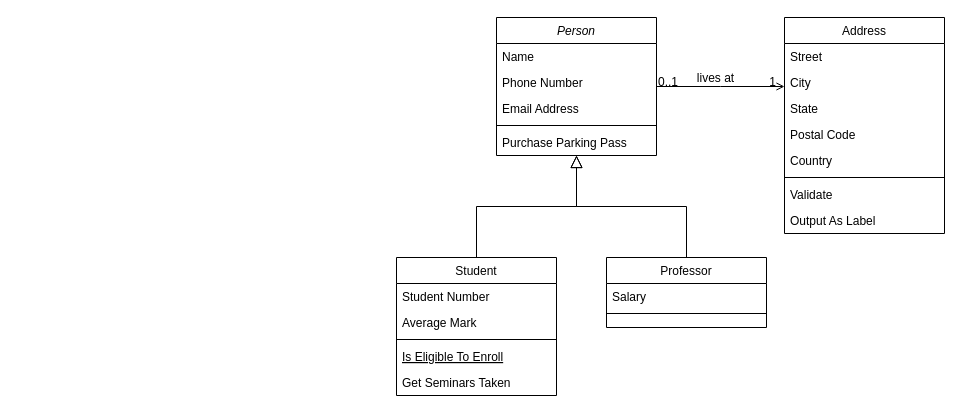
Earlier version of the draw.io diagram Untitled Diagram.drawio (Leo-nid/hse-DB). Source tidied: cells renumbered, new cells numbered last; positions are measured from the earlier drawing's top-left corner, leaving out a move shared by most shapes. Both pictures are drawn from the tidied source at 100%, with x=0, y=0 at pixel (396, 17).
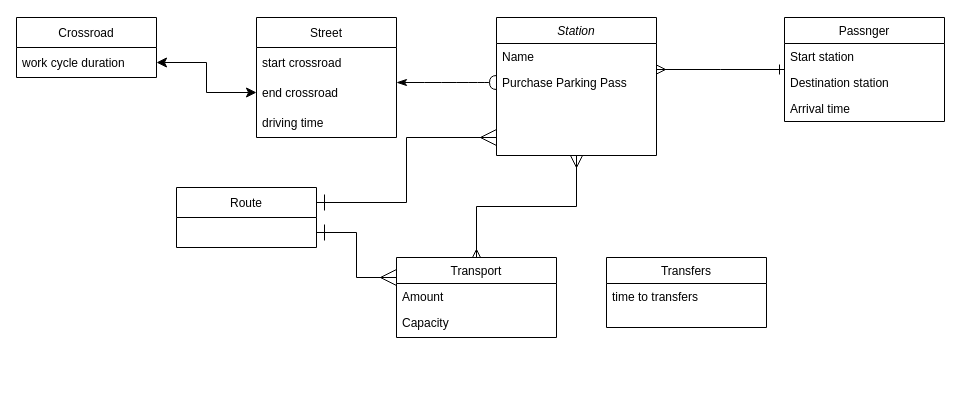
The same diagram, later.

Diff of the diagram source:
```diff
@@
-    <mxCell id="2" value="Person" style="swimlane;fontStyle=2;align=center;verticalAlign=top;horizontal=1;startSize=26;rounded=0;shadow=0;strokeWidth=1;" parent="1" vertex="1">
+    <mxCell id="2" value="Station&#10;" style="swimlane;fontStyle=2;align=center;verticalAlign=top;horizontal=1;startSize=26;rounded=0;shadow=0;strokeWidth=1;" parent="1" vertex="1">
       <mxGeometry x="100" width="160" height="138" as="geometry" />
     </mxCell>
@@
-    <mxCell id="4" value="Phone Number" style="text;align=left;verticalAlign=top;spacingLeft=4;spacingRight=4;overflow=hidden;rounded=0;shadow=0;html=0;" parent="2" vertex="1">
-      <mxGeometry y="52" width="160" height="26" as="geometry" />
-    </mxCell>
-    <mxCell id="5" value="Email Address" style="text;align=left;verticalAlign=top;spacingLeft=4;spacingRight=4;overflow=hidden;rounded=0;shadow=0;html=0;" parent="2" vertex="1">
-      <mxGeometry y="78" width="160" height="26" as="geometry" />
-    </mxCell>
-    <mxCell id="6" style="line;html=1;strokeWidth=1;align=left;verticalAlign=middle;spacingTop=-1;spacingLeft=3;spacingRight=3;labelPosition=right;" parent="2" vertex="1">
-      <mxGeometry y="104" width="160" height="8" as="geometry" />
-    </mxCell>
     <mxCell id="7" value="Purchase Parking Pass" style="text;align=left;verticalAlign=top;spacingLeft=4;spacingRight=4;overflow=hidden;" parent="2" vertex="1">
-      <mxGeometry y="112" width="160" height="26" as="geometry" />
+      <mxGeometry y="52" width="160" height="26" as="geometry" />
     </mxCell>
-    <mxCell id="8" value="Student" style="swimlane;fontStyle=0;align=center;verticalAlign=top;horizontal=1;startSize=26;rounded=0;shadow=0;strokeWidth=1;" parent="1" vertex="1">
-      <mxGeometry y="240" width="160" height="138" as="geometry" />
+    <mxCell id="8" value="Transport" style="swimlane;fontStyle=0;align=center;verticalAlign=top;horizontal=1;startSize=26;rounded=0;shadow=0;strokeWidth=1;" parent="1" vertex="1">
+      <mxGeometry y="240" width="160" height="80" as="geometry" />
     </mxCell>
-    <mxCell id="9" value="Student Number" style="text;align=left;verticalAlign=top;spacingLeft=4;spacingRight=4;overflow=hidden;" parent="8" vertex="1">
+    <mxCell id="9" value="Amount" style="text;align=left;verticalAlign=top;spacingLeft=4;spacingRight=4;overflow=hidden;" parent="8" vertex="1">
       <mxGeometry y="26" width="160" height="26" as="geometry" />
     </mxCell>
-    <mxCell id="10" value="Average Mark" style="text;align=left;verticalAlign=top;spacingLeft=4;spacingRight=4;overflow=hidden;rounded=0;shadow=0;html=0;" parent="8" vertex="1">
+    <mxCell id="10" value="Capacity" style="text;align=left;verticalAlign=top;spacingLeft=4;spacingRight=4;overflow=hidden;rounded=0;shadow=0;html=0;" parent="8" vertex="1">
       <mxGeometry y="52" width="160" height="26" as="geometry" />
     </mxCell>
-    <mxCell id="11" style="line;html=1;strokeWidth=1;align=left;verticalAlign=middle;spacingTop=-1;spacingLeft=3;spacingRight=3;labelPosition=right;" parent="8" vertex="1">
-      <mxGeometry y="78" width="160" height="8" as="geometry" />
-    </mxCell>
-    <mxCell id="12" value="Is Eligible To Enroll" style="text;align=left;verticalAlign=top;spacingLeft=4;spacingRight=4;overflow=hidden;fontStyle=4;" parent="8" vertex="1">
-      <mxGeometry y="86" width="160" height="26" as="geometry" />
-    </mxCell>
-    <mxCell id="13" value="Get Seminars Taken" style="text;align=left;verticalAlign=top;spacingLeft=4;spacingRight=4;overflow=hidden;" parent="8" vertex="1">
-      <mxGeometry y="112" width="160" height="26" as="geometry" />
-    </mxCell>
-    <mxCell id="14" style="endArrow=block;endSize=10;endFill=0;shadow=0;strokeWidth=1;rounded=0;edgeStyle=elbowEdgeStyle;elbow=vertical;" parent="1" edge="1" source="8" target="2">
+    <mxCell id="14" style="endArrow=ERmany;endSize=10;endFill=0;shadow=0;strokeWidth=1;rounded=0;edgeStyle=elbowEdgeStyle;elbow=vertical;startArrow=ERmany;startFill=0;" parent="1" edge="1" source="8" target="2">
       <mxGeometry relative="1" as="geometry" />
     </mxCell>
-    <mxCell id="15" value="Professor" style="swimlane;fontStyle=0;align=center;verticalAlign=top;horizontal=1;startSize=26;rounded=0;shadow=0;strokeWidth=1;" parent="1" vertex="1">
+    <mxCell id="15" value="Transfers" style="swimlane;fontStyle=0;align=center;verticalAlign=top;horizontal=1;startSize=26;rounded=0;shadow=0;strokeWidth=1;" parent="1" vertex="1">
       <mxGeometry x="210" y="240" width="160" height="70" as="geometry" />
     </mxCell>
-    <mxCell id="16" value="Salary" style="text;align=left;verticalAlign=top;spacingLeft=4;spacingRight=4;overflow=hidden;" parent="15" vertex="1">
+    <mxCell id="16" value="time to transfers" style="text;align=left;verticalAlign=top;spacingLeft=4;spacingRight=4;overflow=hidden;" parent="15" vertex="1">
       <mxGeometry y="26" width="160" height="26" as="geometry" />
     </mxCell>
-    <mxCell id="17" style="line;html=1;strokeWidth=1;align=left;verticalAlign=middle;spacingTop=-1;spacingLeft=3;spacingRight=3;labelPosition=right;" parent="15" vertex="1">
-      <mxGeometry y="52" width="160" height="8" as="geometry" />
-    </mxCell>
-    <mxCell id="18" style="endArrow=block;endSize=10;endFill=0;shadow=0;strokeWidth=1;rounded=0;edgeStyle=elbowEdgeStyle;elbow=vertical;" parent="1" edge="1" source="15" target="2">
-      <mxGeometry relative="1" as="geometry" />
-    </mxCell>
-    <mxCell id="19" value="Address" style="swimlane;fontStyle=0;align=center;verticalAlign=top;horizontal=1;startSize=26;rounded=0;shadow=0;strokeWidth=1;" parent="1" vertex="1">
-      <mxGeometry x="388" width="160" height="216" as="geometry" />
+    <mxCell id="19" value="Passnger" style="swimlane;fontStyle=0;align=center;verticalAlign=top;horizontal=1;startSize=26;rounded=0;shadow=0;strokeWidth=1;" parent="1" vertex="1">
+      <mxGeometry x="388" width="160" height="104" as="geometry" />
     </mxCell>
+    <mxCell id="21" value="Start station" style="text;align=left;verticalAlign=top;spacingLeft=4;spacingRight=4;overflow=hidden;rounded=0;shadow=0;html=0;" parent="19" vertex="1">
+      <mxGeometry y="26" width="160" height="26" as="geometry" />
+    </mxCell>
-    <mxCell id="20" value="Street" style="text;align=left;verticalAlign=top;spacingLeft=4;spacingRight=4;overflow=hidden;" parent="19" vertex="1">
-      <mxGeometry y="26" width="160" height="26" as="geometry" />
+    <mxCell id="20" value="Destination station" style="text;align=left;verticalAlign=top;spacingLeft=4;spacingRight=4;overflow=hidden;" parent="19" vertex="1">
+      <mxGeometry y="52" width="160" height="26" as="geometry" />
     </mxCell>
-    <mxCell id="21" value="City" style="text;align=left;verticalAlign=top;spacingLeft=4;spacingRight=4;overflow=hidden;rounded=0;shadow=0;html=0;" parent="19" vertex="1">
-      <mxGeometry y="52" width="160" height="26" as="geometry" />
-    </mxCell>
-    <mxCell id="22" value="State" style="text;align=left;verticalAlign=top;spacingLeft=4;spacingRight=4;overflow=hidden;rounded=0;shadow=0;html=0;" parent="19" vertex="1">
+    <mxCell id="22" value="Arrival time" style="text;align=left;verticalAlign=top;spacingLeft=4;spacingRight=4;overflow=hidden;rounded=0;shadow=0;html=0;" parent="19" vertex="1">
       <mxGeometry y="78" width="160" height="26" as="geometry" />
     </mxCell>
-    <mxCell id="23" value="Postal Code" style="text;align=left;verticalAlign=top;spacingLeft=4;spacingRight=4;overflow=hidden;rounded=0;shadow=0;html=0;" parent="19" vertex="1">
-      <mxGeometry y="104" width="160" height="26" as="geometry" />
-    </mxCell>
-    <mxCell id="24" value="Country" style="text;align=left;verticalAlign=top;spacingLeft=4;spacingRight=4;overflow=hidden;rounded=0;shadow=0;html=0;" parent="19" vertex="1">
-      <mxGeometry y="130" width="160" height="26" as="geometry" />
-    </mxCell>
-    <mxCell id="25" style="line;html=1;strokeWidth=1;align=left;verticalAlign=middle;spacingTop=-1;spacingLeft=3;spacingRight=3;labelPosition=right;" parent="19" vertex="1">
-      <mxGeometry y="156" width="160" height="8" as="geometry" />
-    </mxCell>
-    <mxCell id="26" value="Validate" style="text;align=left;verticalAlign=top;spacingLeft=4;spacingRight=4;overflow=hidden;" parent="19" vertex="1">
-      <mxGeometry y="164" width="160" height="26" as="geometry" />
-    </mxCell>
-    <mxCell id="27" value="Output As Label" style="text;align=left;verticalAlign=top;spacingLeft=4;spacingRight=4;overflow=hidden;" parent="19" vertex="1">
-      <mxGeometry y="190" width="160" height="26" as="geometry" />
-    </mxCell>
-    <mxCell id="28" style="endArrow=open;shadow=0;strokeWidth=1;rounded=0;endFill=1;edgeStyle=elbowEdgeStyle;elbow=vertical;" parent="1" edge="1" source="2" target="19">
+    <mxCell id="28" style="endArrow=ERone;shadow=0;strokeWidth=1;rounded=0;endFill=0;edgeStyle=elbowEdgeStyle;elbow=vertical;startArrow=ERmany;startFill=0;endSize=8;startSize=7;" parent="1" edge="1" source="2" target="19">
       <mxGeometry x="0.5" y="41" relative="1" as="geometry">
         <mxPoint x="-40" y="32" as="offset" />
       </mxGeometry>
     </mxCell>
-    <mxCell id="29" value="0..1" style="align=left;verticalAlign=bottom;labelBackgroundColor=none;fontSize=12;" parent="28" vertex="1">
-      <mxGeometry x="-1" relative="1" as="geometry">
-        <mxPoint y="4" as="offset" />
-      </mxGeometry>
-    </mxCell>
-    <mxCell id="30" value="1" style="align=right;verticalAlign=bottom;labelBackgroundColor=none;fontSize=12;" parent="28" vertex="1">
-      <mxGeometry x="1" relative="1" as="geometry">
-        <mxPoint x="-7" y="4" as="offset" />
-      </mxGeometry>
-    </mxCell>
-    <mxCell id="31" value="lives at" style="text;html=1;align=center;verticalAlign=middle;labelBackgroundColor=none;rounded=0;shadow=0;strokeWidth=1;fontSize=12;" parent="28" vertex="1">
-      <mxGeometry x="0.5" y="49" relative="1" as="geometry">
-        <mxPoint x="-38" y="40" as="offset" />
-      </mxGeometry>
-    </mxCell>
+    <mxCell id="32" style="edgeStyle=none;curved=1;rounded=0;orthogonalLoop=1;jettySize=auto;html=1;exitX=0;exitY=0.5;exitDx=0;exitDy=0;endArrow=classicThin;startSize=5;endSize=8;sourcePerimeterSpacing=8;targetPerimeterSpacing=8;endFill=1;startArrow=halfCircle;startFill=0;" parent="1" edge="1">
+      <mxGeometry relative="1" as="geometry">
+        <mxPoint x="100" y="65" as="sourcePoint" />
+        <mxPoint y="65" as="targetPoint" />
+      </mxGeometry>
+    </mxCell>
+    <mxCell id="33" value="Street" style="swimlane;fontStyle=0;horizontal=1;startSize=30;hachureGap=4;" parent="1" vertex="1">
+      <mxGeometry x="-140" width="140" height="120" as="geometry" />
+    </mxCell>
+    <mxCell id="34" value="start crossroad" style="text;strokeColor=none;fillColor=none;align=left;verticalAlign=middle;spacingLeft=4;spacingRight=4;overflow=hidden;" parent="33" vertex="1">
+      <mxGeometry y="30" width="140" height="30" as="geometry" />
+    </mxCell>
+    <mxCell id="35" value="end crossroad" style="text;strokeColor=none;fillColor=none;align=left;verticalAlign=middle;spacingLeft=4;spacingRight=4;overflow=hidden;" parent="33" vertex="1">
+      <mxGeometry y="60" width="140" height="30" as="geometry" />
+    </mxCell>
+    <mxCell id="36" value="driving time" style="text;strokeColor=none;fillColor=none;align=left;verticalAlign=middle;spacingLeft=4;spacingRight=4;overflow=hidden;" parent="33" vertex="1">
+      <mxGeometry y="90" width="140" height="30" as="geometry" />
+    </mxCell>
+    <mxCell id="37" value="Crossroad" style="swimlane;fontStyle=0;horizontal=1;startSize=30;hachureGap=4;" parent="1" vertex="1">
+      <mxGeometry x="-380" width="140" height="60" as="geometry" />
+    </mxCell>
+    <mxCell id="38" value="work cycle duration" style="text;strokeColor=none;fillColor=none;align=left;verticalAlign=middle;spacingLeft=4;spacingRight=4;overflow=hidden;points=[[0,0.5],[1,0.5]];portConstraint=eastwest;" parent="37" vertex="1">
+      <mxGeometry y="30" width="140" height="30" as="geometry" />
+    </mxCell>
+    <mxCell id="39" style="edgeStyle=elbowEdgeStyle;rounded=0;jettySize=auto;html=1;entryX=1;entryY=0.5;entryDx=0;entryDy=0;startArrow=classic;startFill=1;endArrow=classic;endFill=1;startSize=8;endSize=8;sourcePerimeterSpacing=8;targetPerimeterSpacing=8;" parent="1" edge="1" target="38">
+      <mxGeometry relative="1" as="geometry">
+        <mxPoint x="-140" y="75" as="sourcePoint" />
+      </mxGeometry>
+    </mxCell>
+    <mxCell id="40" style="edgeStyle=elbowEdgeStyle;rounded=0;jettySize=auto;html=1;startArrow=ERone;startFill=0;endArrow=ERmany;endFill=0;startSize=14;endSize=14;sourcePerimeterSpacing=8;targetPerimeterSpacing=8;exitX=1;exitY=0.25;exitDx=0;exitDy=0;" parent="1" edge="1" source="41">
+      <mxGeometry relative="1" as="geometry">
+        <mxPoint x="100" y="120" as="targetPoint" />
+      </mxGeometry>
+    </mxCell>
+    <mxCell id="41" value="Route" style="swimlane;fontStyle=0;horizontal=1;startSize=30;hachureGap=4;" parent="1" vertex="1">
+      <mxGeometry x="-220" y="170" width="140" height="60" as="geometry" />
+    </mxCell>
+    <mxCell id="42" style="edgeStyle=elbowEdgeStyle;rounded=0;jettySize=auto;html=1;entryX=0;entryY=0.25;entryDx=0;entryDy=0;startArrow=ERone;startFill=0;endArrow=ERmany;endFill=0;startSize=14;endSize=14;sourcePerimeterSpacing=8;targetPerimeterSpacing=8;exitX=1;exitY=0.5;exitDx=0;exitDy=0;" parent="1" edge="1" target="8">
+      <mxGeometry relative="1" as="geometry">
+        <mxPoint x="-80" y="215" as="sourcePoint" />
+      </mxGeometry>
+    </mxCell>
```
